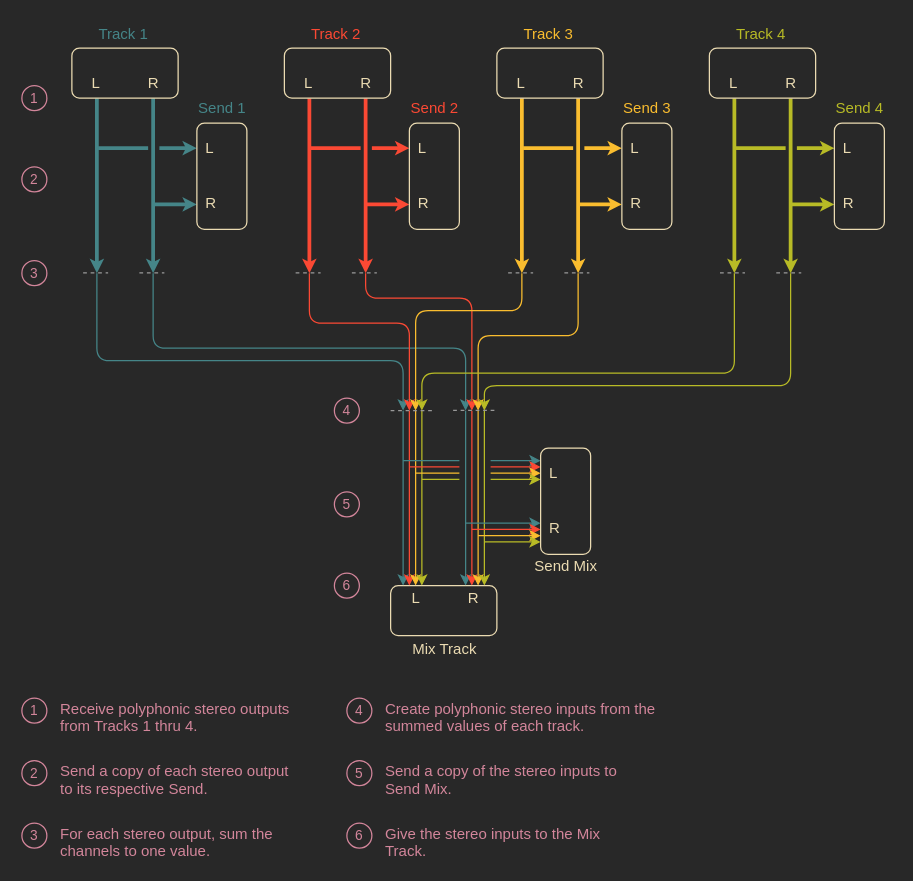
SteveRussell33/Autonomous-Robot-Collective keeps this draw.io diagram as docs/track.drawio. Above is the earlier version. Source tidied: cells renumbered, new cells numbered last; positions are measured from the earlier drawing's top-left corner, leaving out a move shared by most shapes. Both pictures are drawn from the tidied source at 125%, with x=0, y=0 at pixel (21, 21).
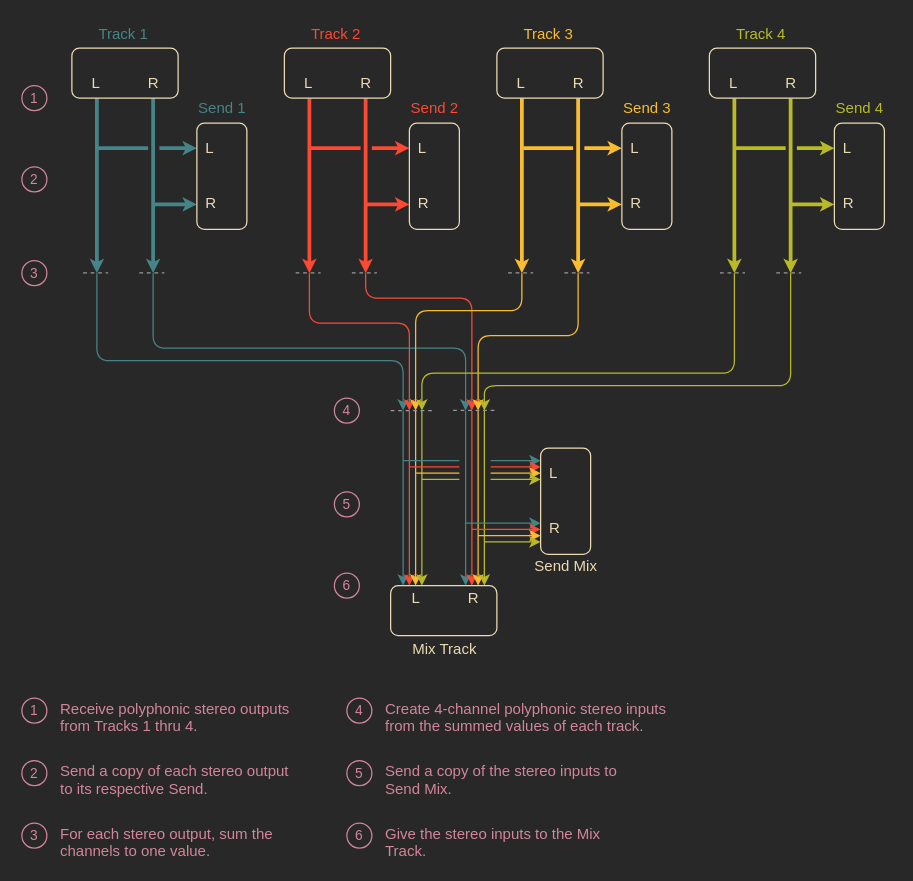
Above is the later version.

Commit message (it also covers changes not shown here):
work on new track drawing

Change to the diagram source:
```diff
@@
-    <mxCell id="113" value="Create polyphonic stereo inputs from the summed values of each track." style="text;strokeColor=none;fillColor=none;spacing=5;spacingTop=-8;overflow=hidden;rounded=0;fontColor=#D3869B;fontSize=12;whiteSpace=wrap;" parent="1" vertex="1">
+    <mxCell id="113" value="Create 4-channel polyphonic stereo inputs from the summed values of each track." style="text;strokeColor=none;fillColor=none;spacing=5;spacingTop=-8;overflow=hidden;rounded=0;fontColor=#D3869B;fontSize=12;whiteSpace=wrap;" parent="1" vertex="1">
       <mxGeometry x="286" y="541" width="246" height="30" as="geometry" />
     </mxCell>
```
